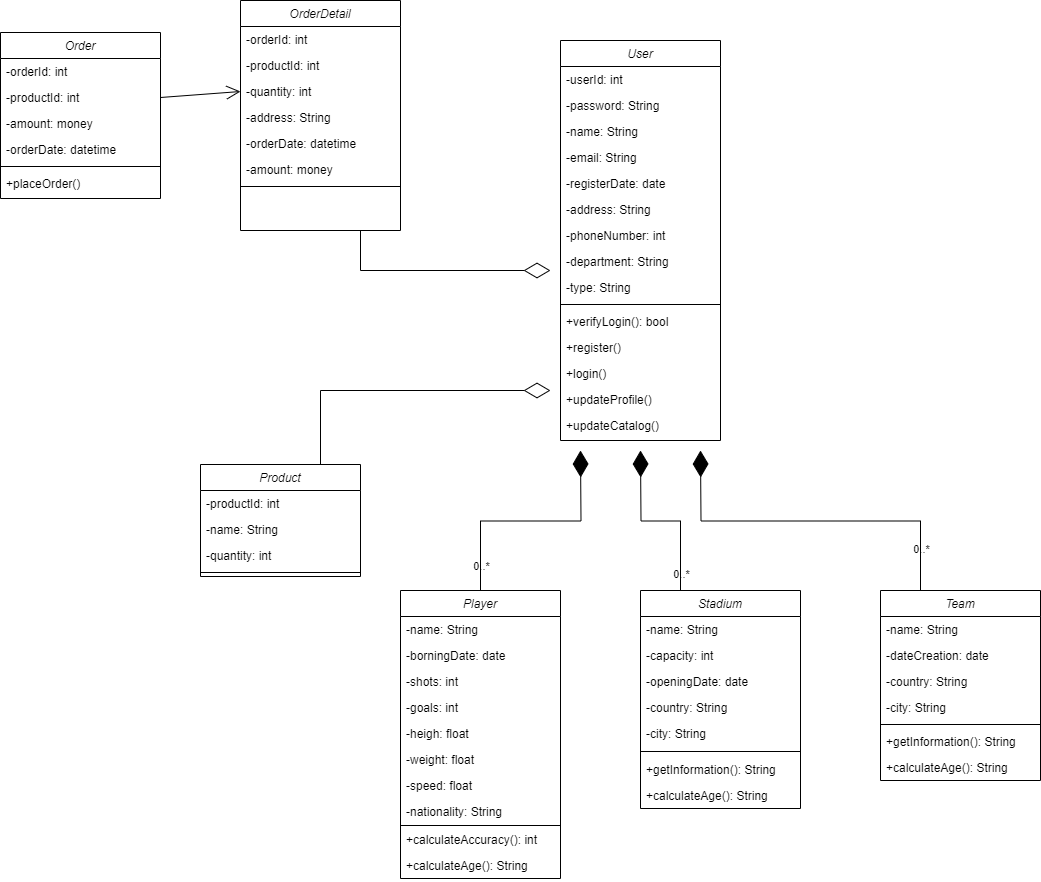
This is Documentation/ClassDiagram.png from Azuara97/HockeyLeagues, a draw.io export, as it was before one commit. Source tidied: cells renumbered, new cells last; positions are measured from the earlier drawing's top-left corner, leaving out a move shared by most shapes.
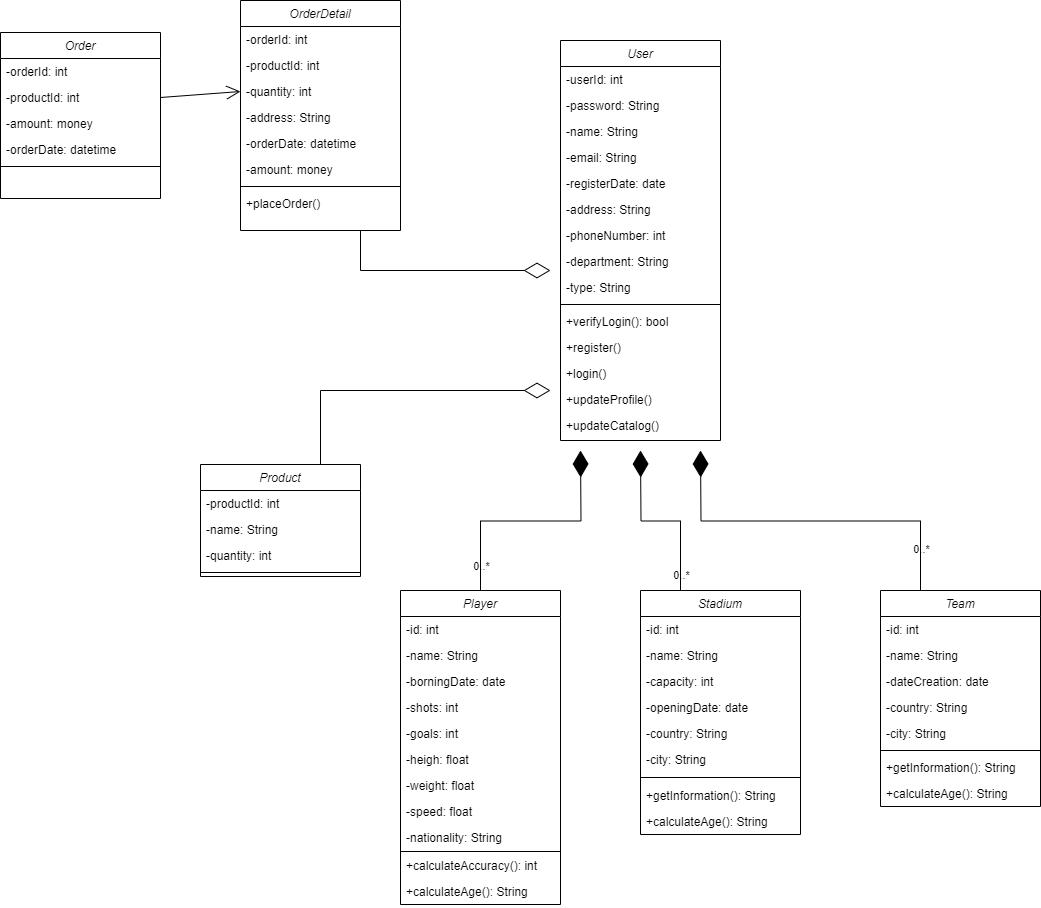
Later version of the same file.

Commit message:
Added tables creation and updated diagrams

Change to the diagram source:
```diff
@@ -83,95 +83,101 @@
     <mxCell id="28" style="line;html=1;strokeWidth=1;align=left;verticalAlign=middle;spacingTop=-1;spacingLeft=3;spacingRight=3;labelPosition=right;labelBackgroundColor=none;" parent="23" vertex="1">
       <mxGeometry y="130" width="160" height="8" as="geometry" />
     </mxCell>
-    <mxCell id="29" value="+placeOrder()" style="text;align=left;verticalAlign=top;spacingLeft=4;spacingRight=4;overflow=hidden;rounded=0;shadow=0;html=0;labelBackgroundColor=none;" parent="23" vertex="1">
-      <mxGeometry y="138" width="160" height="26" as="geometry" />
-    </mxCell>
     <mxCell id="30" value="Player" style="swimlane;fontStyle=2;align=center;verticalAlign=top;horizontal=1;startSize=26;rounded=0;shadow=0;strokeWidth=1;labelBackgroundColor=none;" parent="1" vertex="1">
-      <mxGeometry x="400" y="590" width="160" height="288" as="geometry" />
+      <mxGeometry x="400" y="590" width="160" height="314" as="geometry" />
     </mxCell>
+    <mxCell id="76" value="-id: int" style="text;align=left;verticalAlign=top;spacingLeft=4;spacingRight=4;overflow=hidden;rounded=0;shadow=0;html=0;labelBackgroundColor=none;" parent="30" vertex="1">
+      <mxGeometry y="26" width="160" height="26" as="geometry" />
+    </mxCell>
     <mxCell id="31" value="-name: String" style="text;align=left;verticalAlign=top;spacingLeft=4;spacingRight=4;overflow=hidden;rounded=0;shadow=0;html=0;labelBackgroundColor=none;" parent="30" vertex="1">
-      <mxGeometry y="26" width="160" height="26" as="geometry" />
+      <mxGeometry y="52" width="160" height="26" as="geometry" />
     </mxCell>
     <mxCell id="32" value="-borningDate: date" style="text;align=left;verticalAlign=top;spacingLeft=4;spacingRight=4;overflow=hidden;rounded=0;shadow=0;html=0;labelBackgroundColor=none;" parent="30" vertex="1">
-      <mxGeometry y="52" width="160" height="26" as="geometry" />
+      <mxGeometry y="78" width="160" height="26" as="geometry" />
     </mxCell>
     <mxCell id="33" value="-shots: int" style="text;align=left;verticalAlign=top;spacingLeft=4;spacingRight=4;overflow=hidden;rounded=0;shadow=0;html=0;labelBackgroundColor=none;" parent="30" vertex="1">
-      <mxGeometry y="78" width="160" height="26" as="geometry" />
+      <mxGeometry y="104" width="160" height="26" as="geometry" />
     </mxCell>
     <mxCell id="34" value="-goals: int" style="text;align=left;verticalAlign=top;spacingLeft=4;spacingRight=4;overflow=hidden;rounded=0;shadow=0;html=0;labelBackgroundColor=none;" parent="30" vertex="1">
-      <mxGeometry y="104" width="160" height="26" as="geometry" />
+      <mxGeometry y="130" width="160" height="26" as="geometry" />
     </mxCell>
     <mxCell id="35" value="-heigh: float" style="text;align=left;verticalAlign=top;spacingLeft=4;spacingRight=4;overflow=hidden;rounded=0;shadow=0;html=0;labelBackgroundColor=none;" parent="30" vertex="1">
-      <mxGeometry y="130" width="160" height="26" as="geometry" />
+      <mxGeometry y="156" width="160" height="26" as="geometry" />
     </mxCell>
     <mxCell id="36" value="-weight: float" style="text;align=left;verticalAlign=top;spacingLeft=4;spacingRight=4;overflow=hidden;rounded=0;shadow=0;html=0;labelBackgroundColor=none;" parent="30" vertex="1">
-      <mxGeometry y="156" width="160" height="26" as="geometry" />
+      <mxGeometry y="182" width="160" height="26" as="geometry" />
     </mxCell>
     <mxCell id="37" value="-speed: float" style="text;align=left;verticalAlign=top;spacingLeft=4;spacingRight=4;overflow=hidden;rounded=0;shadow=0;html=0;labelBackgroundColor=none;" parent="30" vertex="1">
-      <mxGeometry y="182" width="160" height="26" as="geometry" />
+      <mxGeometry y="208" width="160" height="26" as="geometry" />
     </mxCell>
     <mxCell id="38" value="-nationality: String" style="text;align=left;verticalAlign=top;spacingLeft=4;spacingRight=4;overflow=hidden;rounded=0;shadow=0;html=0;labelBackgroundColor=none;" parent="30" vertex="1">
-      <mxGeometry y="208" width="160" height="26" as="geometry" />
+      <mxGeometry y="234" width="160" height="26" as="geometry" />
     </mxCell>
     <mxCell id="39" style="line;html=1;strokeWidth=1;align=left;verticalAlign=middle;spacingTop=-1;spacingLeft=3;spacingRight=3;labelPosition=right;labelBackgroundColor=none;" parent="30" vertex="1">
-      <mxGeometry y="234" width="160" height="2" as="geometry" />
+      <mxGeometry y="260" width="160" height="2" as="geometry" />
     </mxCell>
     <mxCell id="40" value="+calculateAccuracy(): int" style="text;align=left;verticalAlign=top;spacingLeft=4;spacingRight=4;overflow=hidden;rounded=0;shadow=0;html=0;labelBackgroundColor=none;" parent="30" vertex="1">
-      <mxGeometry y="236" width="160" height="26" as="geometry" />
+      <mxGeometry y="262" width="160" height="26" as="geometry" />
     </mxCell>
     <mxCell id="41" value="+calculateAge(): String" style="text;align=left;verticalAlign=top;spacingLeft=4;spacingRight=4;overflow=hidden;rounded=0;shadow=0;html=0;labelBackgroundColor=none;" parent="30" vertex="1">
-      <mxGeometry y="262" width="160" height="26" as="geometry" />
+      <mxGeometry y="288" width="160" height="26" as="geometry" />
     </mxCell>
     <mxCell id="42" value="Stadium" style="swimlane;fontStyle=2;align=center;verticalAlign=top;horizontal=1;startSize=26;rounded=0;shadow=0;strokeWidth=1;labelBackgroundColor=none;" parent="1" vertex="1">
-      <mxGeometry x="640" y="590" width="160" height="218" as="geometry" />
+      <mxGeometry x="640" y="590" width="160" height="244" as="geometry" />
     </mxCell>
+    <mxCell id="77" value="-id: int" style="text;align=left;verticalAlign=top;spacingLeft=4;spacingRight=4;overflow=hidden;rounded=0;shadow=0;html=0;labelBackgroundColor=none;" parent="42" vertex="1">
+      <mxGeometry y="26" width="160" height="26" as="geometry" />
+    </mxCell>
     <mxCell id="43" value="-name: String" style="text;align=left;verticalAlign=top;spacingLeft=4;spacingRight=4;overflow=hidden;rounded=0;shadow=0;html=0;labelBackgroundColor=none;" parent="42" vertex="1">
-      <mxGeometry y="26" width="160" height="26" as="geometry" />
+      <mxGeometry y="52" width="160" height="26" as="geometry" />
     </mxCell>
     <mxCell id="44" value="-capacity: int" style="text;align=left;verticalAlign=top;spacingLeft=4;spacingRight=4;overflow=hidden;rounded=0;shadow=0;html=0;labelBackgroundColor=none;" parent="42" vertex="1">
-      <mxGeometry y="52" width="160" height="26" as="geometry" />
+      <mxGeometry y="78" width="160" height="26" as="geometry" />
     </mxCell>
     <mxCell id="45" value="-openingDate: date" style="text;align=left;verticalAlign=top;spacingLeft=4;spacingRight=4;overflow=hidden;rounded=0;shadow=0;html=0;labelBackgroundColor=none;" parent="42" vertex="1">
-      <mxGeometry y="78" width="160" height="26" as="geometry" />
+      <mxGeometry y="104" width="160" height="26" as="geometry" />
     </mxCell>
     <mxCell id="46" value="-country: String" style="text;align=left;verticalAlign=top;spacingLeft=4;spacingRight=4;overflow=hidden;rounded=0;shadow=0;html=0;labelBackgroundColor=none;" parent="42" vertex="1">
-      <mxGeometry y="104" width="160" height="26" as="geometry" />
+      <mxGeometry y="130" width="160" height="26" as="geometry" />
     </mxCell>
     <mxCell id="47" value="-city: String" style="text;align=left;verticalAlign=top;spacingLeft=4;spacingRight=4;overflow=hidden;rounded=0;shadow=0;html=0;labelBackgroundColor=none;" parent="42" vertex="1">
-      <mxGeometry y="130" width="160" height="26" as="geometry" />
+      <mxGeometry y="156" width="160" height="26" as="geometry" />
     </mxCell>
     <mxCell id="48" style="line;html=1;strokeWidth=1;align=left;verticalAlign=middle;spacingTop=-1;spacingLeft=3;spacingRight=3;labelPosition=right;labelBackgroundColor=none;" parent="42" vertex="1">
-      <mxGeometry y="156" width="160" height="10" as="geometry" />
+      <mxGeometry y="182" width="160" height="10" as="geometry" />
     </mxCell>
     <mxCell id="49" value="+getInformation(): String" style="text;align=left;verticalAlign=top;spacingLeft=4;spacingRight=4;overflow=hidden;rounded=0;shadow=0;html=0;labelBackgroundColor=none;" parent="42" vertex="1">
-      <mxGeometry y="166" width="160" height="26" as="geometry" />
+      <mxGeometry y="192" width="160" height="26" as="geometry" />
     </mxCell>
     <mxCell id="50" value="+calculateAge(): String" style="text;align=left;verticalAlign=top;spacingLeft=4;spacingRight=4;overflow=hidden;rounded=0;shadow=0;html=0;labelBackgroundColor=none;" parent="42" vertex="1">
-      <mxGeometry y="192" width="160" height="26" as="geometry" />
+      <mxGeometry y="218" width="160" height="26" as="geometry" />
     </mxCell>
     <mxCell id="51" value="Team" style="swimlane;fontStyle=2;align=center;verticalAlign=top;horizontal=1;startSize=26;rounded=0;shadow=0;strokeWidth=1;labelBackgroundColor=none;" parent="1" vertex="1">
-      <mxGeometry x="880" y="590" width="160" height="190" as="geometry" />
+      <mxGeometry x="880" y="590" width="160" height="216" as="geometry" />
     </mxCell>
+    <mxCell id="78" value="-id: int" style="text;align=left;verticalAlign=top;spacingLeft=4;spacingRight=4;overflow=hidden;rounded=0;shadow=0;html=0;labelBackgroundColor=none;" parent="51" vertex="1">
+      <mxGeometry y="26" width="160" height="26" as="geometry" />
+    </mxCell>
     <mxCell id="52" value="-name: String" style="text;align=left;verticalAlign=top;spacingLeft=4;spacingRight=4;overflow=hidden;rounded=0;shadow=0;html=0;labelBackgroundColor=none;" parent="51" vertex="1">
-      <mxGeometry y="26" width="160" height="26" as="geometry" />
+      <mxGeometry y="52" width="160" height="26" as="geometry" />
     </mxCell>
     <mxCell id="53" value="-dateCreation: date" style="text;align=left;verticalAlign=top;spacingLeft=4;spacingRight=4;overflow=hidden;rounded=0;shadow=0;html=0;labelBackgroundColor=none;" parent="51" vertex="1">
-      <mxGeometry y="52" width="160" height="26" as="geometry" />
+      <mxGeometry y="78" width="160" height="26" as="geometry" />
     </mxCell>
     <mxCell id="54" value="-country: String" style="text;align=left;verticalAlign=top;spacingLeft=4;spacingRight=4;overflow=hidden;rounded=0;shadow=0;html=0;labelBackgroundColor=none;" parent="51" vertex="1">
-      <mxGeometry y="78" width="160" height="26" as="geometry" />
+      <mxGeometry y="104" width="160" height="26" as="geometry" />
     </mxCell>
     <mxCell id="55" value="-city: String" style="text;align=left;verticalAlign=top;spacingLeft=4;spacingRight=4;overflow=hidden;rounded=0;shadow=0;html=0;labelBackgroundColor=none;" parent="51" vertex="1">
-      <mxGeometry y="104" width="160" height="26" as="geometry" />
+      <mxGeometry y="130" width="160" height="26" as="geometry" />
     </mxCell>
     <mxCell id="56" style="line;html=1;strokeWidth=1;align=left;verticalAlign=middle;spacingTop=-1;spacingLeft=3;spacingRight=3;labelPosition=right;labelBackgroundColor=none;" parent="51" vertex="1">
-      <mxGeometry y="130" width="160" height="8" as="geometry" />
+      <mxGeometry y="156" width="160" height="8" as="geometry" />
     </mxCell>
     <mxCell id="57" value="+getInformation(): String" style="text;align=left;verticalAlign=top;spacingLeft=4;spacingRight=4;overflow=hidden;rounded=0;shadow=0;html=0;labelBackgroundColor=none;" parent="51" vertex="1">
-      <mxGeometry y="138" width="160" height="26" as="geometry" />
+      <mxGeometry y="164" width="160" height="26" as="geometry" />
     </mxCell>
     <mxCell id="58" value="+calculateAge(): String" style="text;align=left;verticalAlign=top;spacingLeft=4;spacingRight=4;overflow=hidden;rounded=0;shadow=0;html=0;labelBackgroundColor=none;" parent="51" vertex="1">
-      <mxGeometry y="164" width="160" height="26" as="geometry" />
+      <mxGeometry y="190" width="160" height="26" as="geometry" />
     </mxCell>
     <mxCell id="59" style="endArrow=diamondThin;endFill=1;endSize=24;html=1;rounded=0;edgeStyle=orthogonalEdgeStyle;exitX=0.5;exitY=0;exitDx=0;exitDy=0;labelBackgroundColor=none;fontColor=default;" parent="1" edge="1" source="30">
       <mxGeometry relative="1" as="geometry">
@@ -227,6 +233,9 @@
     <mxCell id="72" style="line;html=1;strokeWidth=1;align=left;verticalAlign=middle;spacingTop=-1;spacingLeft=3;spacingRight=3;labelPosition=right;labelBackgroundColor=none;" parent="65" vertex="1">
       <mxGeometry y="182" width="160" height="8" as="geometry" />
     </mxCell>
+    <mxCell id="29" value="+placeOrder()" style="text;align=left;verticalAlign=top;spacingLeft=4;spacingRight=4;overflow=hidden;rounded=0;shadow=0;html=0;labelBackgroundColor=none;" parent="65" vertex="1">
+      <mxGeometry y="190" width="160" height="26" as="geometry" />
+    </mxCell>
     <mxCell id="73" style="endArrow=diamondThin;endFill=0;endSize=24;html=1;rounded=0;exitX=0.75;exitY=0;exitDx=0;exitDy=0;" parent="1" edge="1" source="18">
       <mxGeometry relative="1" as="geometry">
         <mxPoint x="550" y="390" as="targetPoint" />
```
